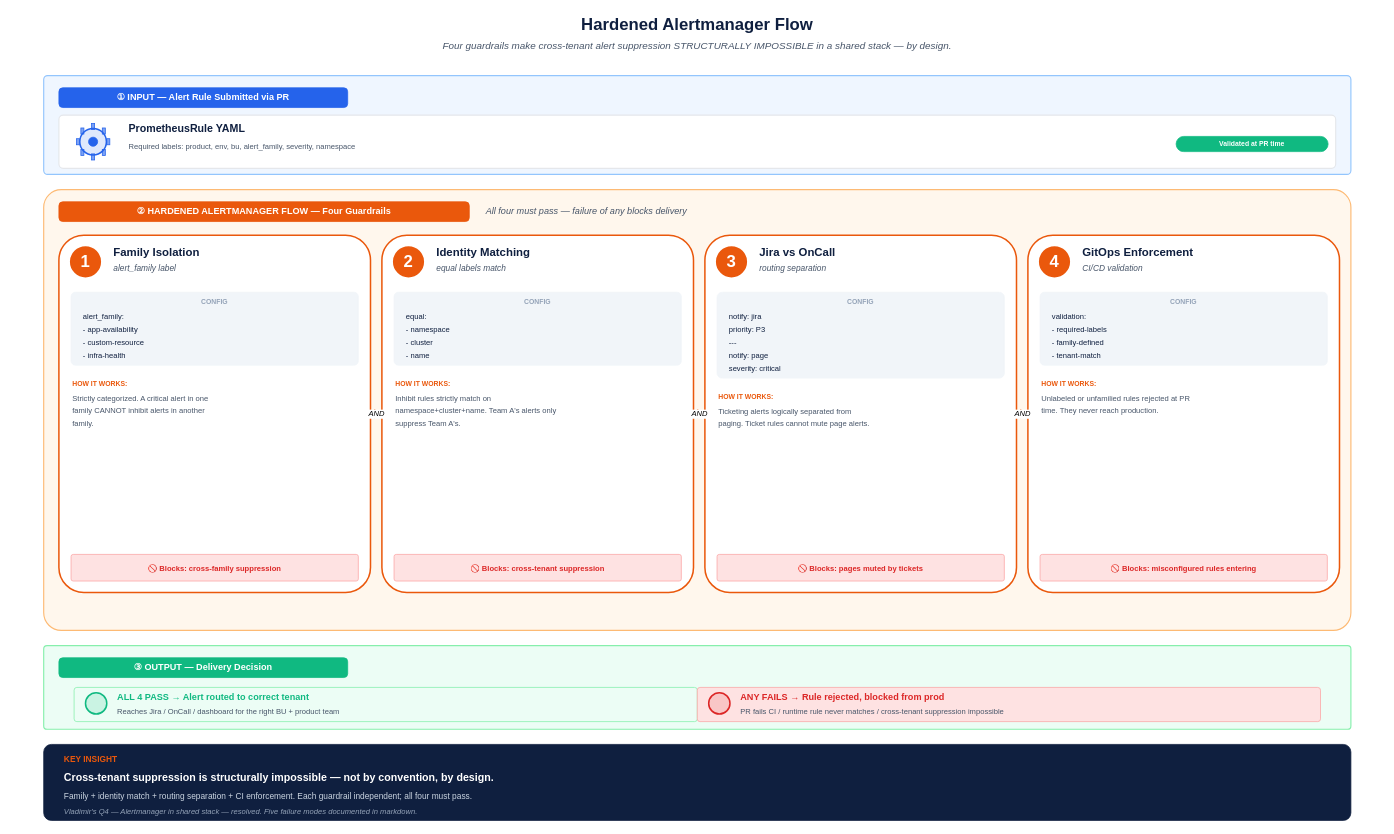
Above: observability/03_Future_State/patterns/diagrams/04-hardened-alertmanager-flow.drawio in paragvyas65/us-test (draw.io), before the change. Source tidied: cells renumbered, new cells numbered last; positions are measured from the earlier drawing's top-left corner, leaving out a move shared by most shapes. Both pictures are drawn from the tidied source at 76%, with x=0, y=0 at pixel (13, 13).
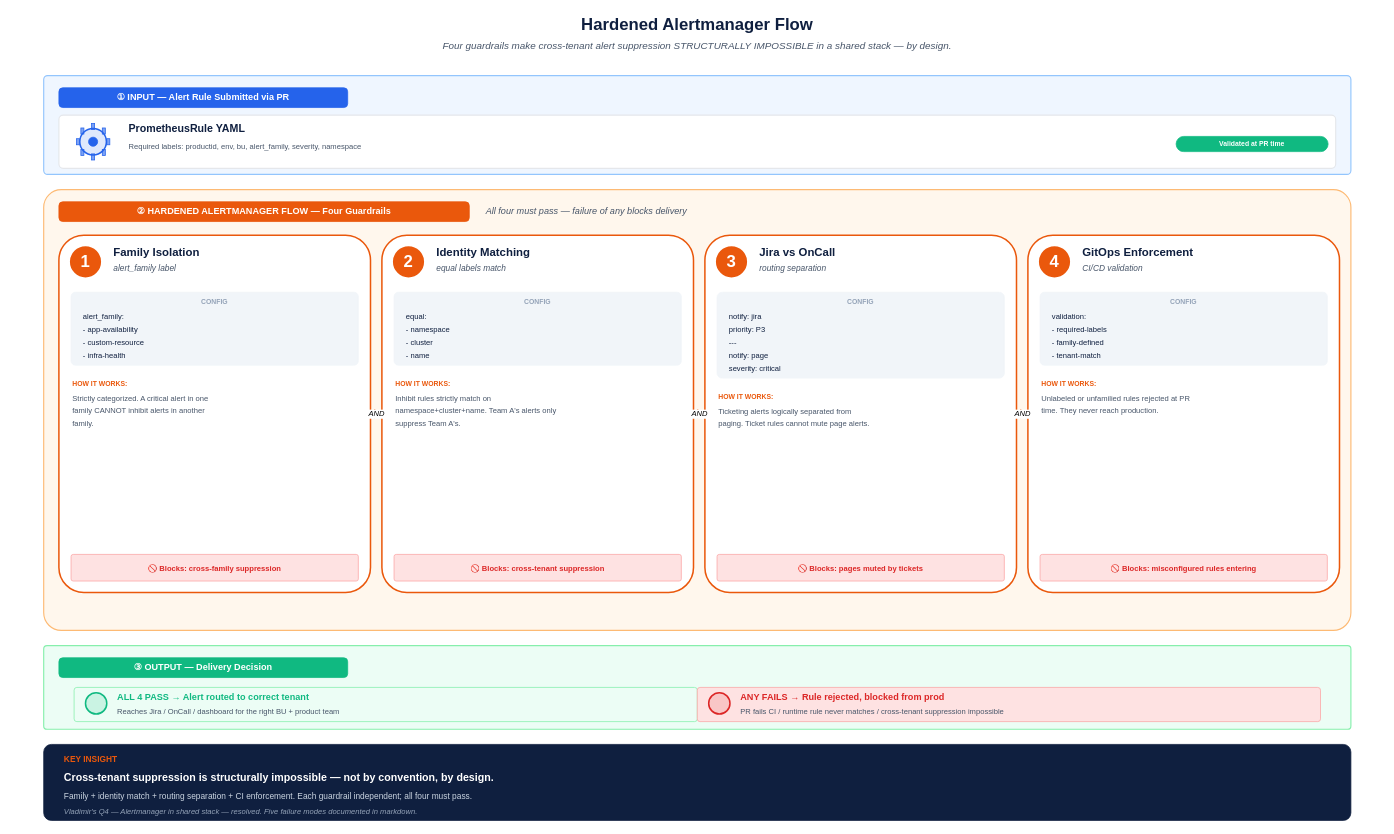
Above is the later version.

Change to the diagram source:
```diff
@@
-<mxGraphModel>
+<mxGraphModel background="#ffffff">
@@
-    <mxCell id="18" value="Required labels: product, env, bu, alert_family, severity, namespace" style="text;html=1;strokeColor=none;fillColor=none;align=left;verticalAlign=middle;whiteSpace=wrap;fontSize=10;fontStyle=0;fontColor=#475569;fontFamily='Courier New';" parent="1" vertex="1">
+    <mxCell id="18" value="Required labels: productid, env, bu, alert_family, severity, namespace" style="text;html=1;strokeColor=none;fillColor=none;align=left;verticalAlign=middle;whiteSpace=wrap;fontSize=10;fontStyle=0;fontColor=#475569;fontFamily='Courier New';" parent="1" vertex="1">
       <mxGeometry x="150" y="166" width="600" height="18" as="geometry" />
     </mxCell>
```
